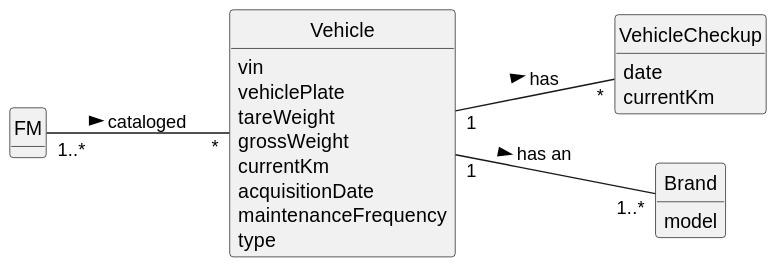
Before: docs/sprintA/us008/02.analysis/svg/us008-domain-model.svg, a diagram exported from PlantUML (ricardomm7/leaflink).
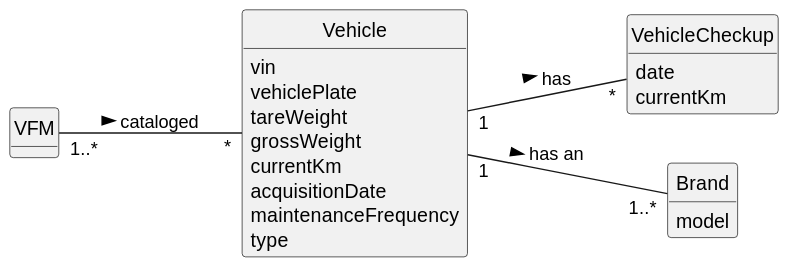
Above is the later version.

Diff of the diagram source:
```diff
@@ -9,7 +9,7 @@
 hide circle
 hide methods
 
-class FM {
+class VFM {
 }
 
 class VehicleCheckup {
@@ -34,6 +34,6 @@
 
 
 Vehicle "1"-- "1..*" Brand: has an >
-FM "1..*" -- "*" Vehicle : cataloged >
+VFM "1..*" -- "*" Vehicle : cataloged >
 Vehicle "1" -- "*" VehicleCheckup : has >
 @enduml
```
